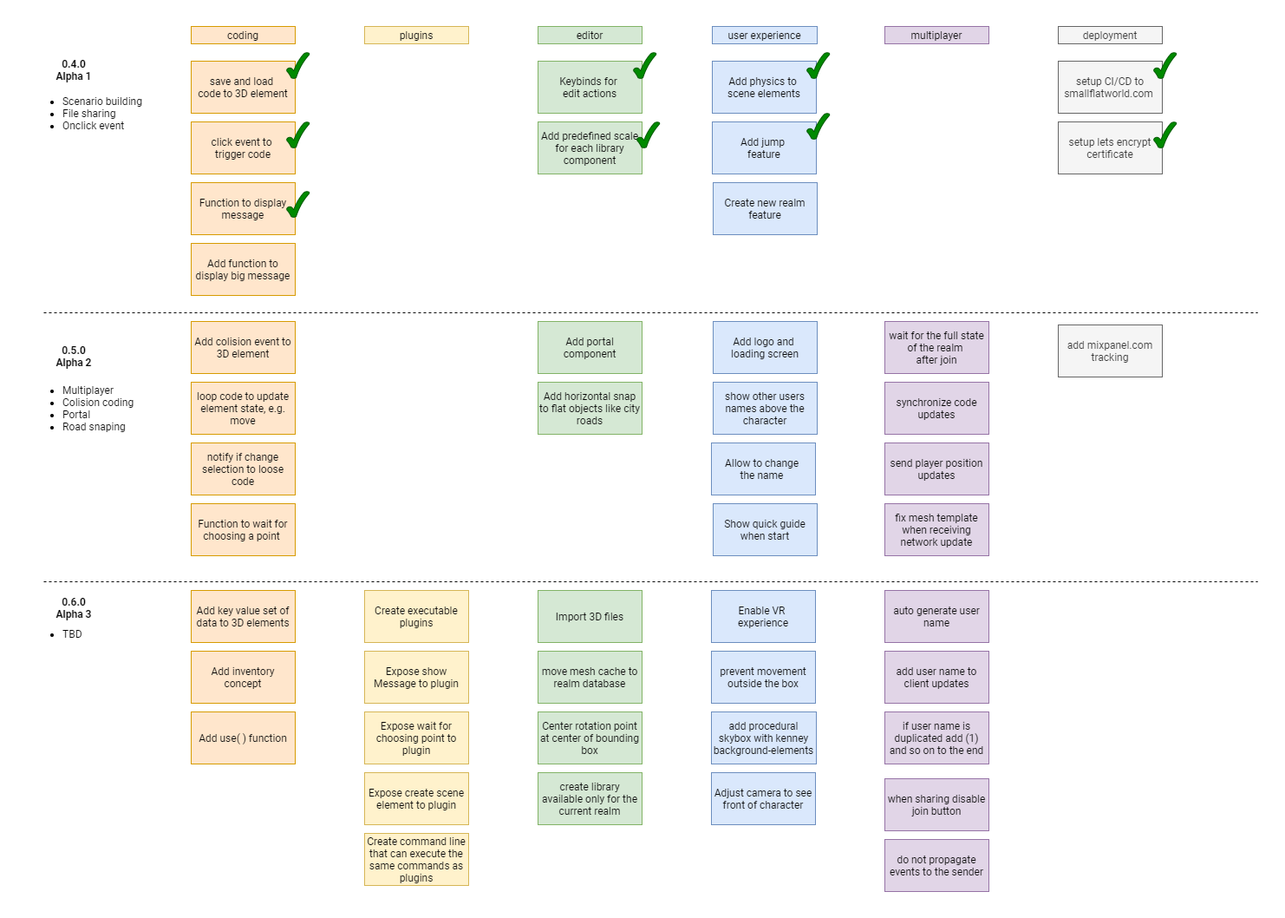
This is small-flat-world-roadmap.png from hamilton-lima/smallflatworld, a draw.io export, as it was before one commit. Source tidied: cells renumbered, new cells last; positions are measured from the earlier drawing's top-left corner, leaving out a move shared by most shapes. Source of this version:
```xml
<mxGraphModel>
  <root>
    <mxCell id="0" />
    <mxCell id="1" parent="0" />
    <mxCell id="2" value="save and load &lt;br&gt;code to 3D element" style="rounded=0;whiteSpace=wrap;html=1;fontFamily=Roboto;fillColor=#ffe6cc;strokeColor=#d79b00;" parent="1" vertex="1">
      <mxGeometry x="190" y="40" width="120" height="60" as="geometry" />
    </mxCell>
    <mxCell id="3" value="Function to display message" style="rounded=0;whiteSpace=wrap;html=1;fontFamily=Roboto;fillColor=#ffe6cc;strokeColor=#d79b00;" parent="1" vertex="1">
      <mxGeometry x="190" y="180" width="120" height="60" as="geometry" />
    </mxCell>
    <mxCell id="4" value="Add jump &lt;br&gt;feature" style="rounded=0;whiteSpace=wrap;html=1;fontFamily=Roboto;fillColor=#dae8fc;strokeColor=#6c8ebf;" parent="1" vertex="1">
      <mxGeometry x="791" y="110" width="120" height="60" as="geometry" />
    </mxCell>
    <mxCell id="5" value="Add physics to &lt;br&gt;scene elements" style="rounded=0;whiteSpace=wrap;html=1;fontFamily=Roboto;fillColor=#dae8fc;strokeColor=#6c8ebf;" parent="1" vertex="1">
      <mxGeometry x="791" y="40" width="120" height="60" as="geometry" />
    </mxCell>
    <mxCell id="6" value="Create new realm feature" style="rounded=0;whiteSpace=wrap;html=1;fontFamily=Roboto;fillColor=#dae8fc;strokeColor=#6c8ebf;" parent="1" vertex="1">
      <mxGeometry x="792" y="180" width="120" height="60" as="geometry" />
    </mxCell>
    <mxCell id="7" value="Keybinds for &lt;br&gt;edit actions" style="rounded=0;whiteSpace=wrap;html=1;fontFamily=Roboto;fillColor=#d5e8d4;strokeColor=#82b366;" parent="1" vertex="1">
      <mxGeometry x="590" y="40" width="120" height="60" as="geometry" />
    </mxCell>
    <mxCell id="8" value="Center rotation point at center of bounding box" style="rounded=0;whiteSpace=wrap;html=1;fontFamily=Roboto;fillColor=#d5e8d4;strokeColor=#82b366;" parent="1" vertex="1">
      <mxGeometry x="590" y="790" width="120" height="60" as="geometry" />
    </mxCell>
    <mxCell id="9" value="Add predefined scale for each library component" style="rounded=0;whiteSpace=wrap;html=1;fontFamily=Roboto;fillColor=#d5e8d4;strokeColor=#82b366;" parent="1" vertex="1">
      <mxGeometry x="590" y="110" width="120" height="60" as="geometry" />
    </mxCell>
    <mxCell id="10" value="Add horizontal snap to flat objects like city roads" style="rounded=0;whiteSpace=wrap;html=1;fontFamily=Roboto;fillColor=#d5e8d4;strokeColor=#82b366;" parent="1" vertex="1">
      <mxGeometry x="590" y="410" width="120" height="60" as="geometry" />
    </mxCell>
    <mxCell id="11" value="Add portal component" style="rounded=0;whiteSpace=wrap;html=1;fontFamily=Roboto;fillColor=#d5e8d4;strokeColor=#82b366;" parent="1" vertex="1">
      <mxGeometry x="590" y="340" width="120" height="60" as="geometry" />
    </mxCell>
    <mxCell id="12" value="move mesh cache to realm database" style="rounded=0;whiteSpace=wrap;html=1;fontFamily=Roboto;fillColor=#d5e8d4;strokeColor=#82b366;" parent="1" vertex="1">
      <mxGeometry x="590" y="720" width="120" height="60" as="geometry" />
    </mxCell>
    <mxCell id="13" value="fix mesh template when receiving network update" style="rounded=0;whiteSpace=wrap;html=1;fontFamily=Roboto;fillColor=#e1d5e7;strokeColor=#9673a6;" parent="1" vertex="1">
      <mxGeometry x="990" y="550" width="120" height="60" as="geometry" />
    </mxCell>
    <mxCell id="14" value="do not propagate events to the sender" style="rounded=0;whiteSpace=wrap;html=1;fontFamily=Roboto;fillColor=#e1d5e7;strokeColor=#9673a6;" parent="1" vertex="1">
      <mxGeometry x="990" y="937" width="120" height="60" as="geometry" />
    </mxCell>
    <mxCell id="15" value="wait for the full state of the realm &lt;br&gt;after join" style="rounded=0;whiteSpace=wrap;html=1;fontFamily=Roboto;fillColor=#e1d5e7;strokeColor=#9673a6;" parent="1" vertex="1">
      <mxGeometry x="990" y="340" width="120" height="60" as="geometry" />
    </mxCell>
    <mxCell id="16" value="send player position updates" style="rounded=0;whiteSpace=wrap;html=1;fontFamily=Roboto;fillColor=#e1d5e7;strokeColor=#9673a6;" parent="1" vertex="1">
      <mxGeometry x="990" y="480" width="120" height="60" as="geometry" />
    </mxCell>
    <mxCell id="17" value="when sharing disable join button" style="rounded=0;whiteSpace=wrap;html=1;fontFamily=Roboto;fillColor=#e1d5e7;strokeColor=#9673a6;" parent="1" vertex="1">
      <mxGeometry x="990" y="867" width="120" height="60" as="geometry" />
    </mxCell>
    <mxCell id="18" value="Enable VR &lt;br&gt;experience" style="rounded=0;whiteSpace=wrap;html=1;fontFamily=Roboto;fillColor=#dae8fc;strokeColor=#6c8ebf;" parent="1" vertex="1">
      <mxGeometry x="790" y="650" width="120" height="60" as="geometry" />
    </mxCell>
    <mxCell id="19" value="prevent movement outside the box" style="rounded=0;whiteSpace=wrap;html=1;fontFamily=Roboto;fillColor=#dae8fc;strokeColor=#6c8ebf;" parent="1" vertex="1">
      <mxGeometry x="790" y="720" width="120" height="60" as="geometry" />
    </mxCell>
    <mxCell id="20" value="add procedural skybox with kenney background-elements" style="rounded=0;whiteSpace=wrap;html=1;fontFamily=Roboto;fillColor=#dae8fc;strokeColor=#6c8ebf;" parent="1" vertex="1">
      <mxGeometry x="790" y="790" width="121" height="60" as="geometry" />
    </mxCell>
    <mxCell id="21" value="Add key value set of data to 3D elements" style="rounded=0;whiteSpace=wrap;html=1;fontFamily=Roboto;fillColor=#ffe6cc;strokeColor=#d79b00;" parent="1" vertex="1">
      <mxGeometry x="190" y="650" width="120" height="60" as="geometry" />
    </mxCell>
    <mxCell id="22" value="Add colision event to 3D element" style="rounded=0;whiteSpace=wrap;html=1;fontFamily=Roboto;fillColor=#ffe6cc;strokeColor=#d79b00;" parent="1" vertex="1">
      <mxGeometry x="190" y="340" width="120" height="60" as="geometry" />
    </mxCell>
    <mxCell id="23" value="multiplayer" style="text;html=1;strokeColor=#9673a6;fillColor=#e1d5e7;align=center;verticalAlign=middle;whiteSpace=wrap;rounded=0;fontFamily=Roboto;" parent="1" vertex="1">
      <mxGeometry x="990" width="120" height="20" as="geometry" />
    </mxCell>
    <mxCell id="24" value="coding" style="text;html=1;strokeColor=#d79b00;fillColor=#ffe6cc;align=center;verticalAlign=middle;whiteSpace=wrap;rounded=0;fontFamily=Roboto;" parent="1" vertex="1">
      <mxGeometry x="190" width="120" height="20" as="geometry" />
    </mxCell>
    <mxCell id="25" value="editor" style="text;html=1;strokeColor=#82b366;fillColor=#d5e8d4;align=center;verticalAlign=middle;whiteSpace=wrap;rounded=0;fontFamily=Roboto;" parent="1" vertex="1">
      <mxGeometry x="590" width="120" height="20" as="geometry" />
    </mxCell>
    <mxCell id="26" value="Create executable plugins" style="rounded=0;whiteSpace=wrap;html=1;fontFamily=Roboto;fillColor=#fff2cc;strokeColor=#d6b656;" parent="1" vertex="1">
      <mxGeometry x="390" y="650" width="120" height="60" as="geometry" />
    </mxCell>
    <mxCell id="27" value="Expose create scene element to plugin" style="rounded=0;whiteSpace=wrap;html=1;fontFamily=Roboto;fillColor=#fff2cc;strokeColor=#d6b656;" parent="1" vertex="1">
      <mxGeometry x="390" y="860" width="120" height="60" as="geometry" />
    </mxCell>
    <mxCell id="28" value="Expose show Message to plugin" style="rounded=0;whiteSpace=wrap;html=1;fontFamily=Roboto;fillColor=#fff2cc;strokeColor=#d6b656;" parent="1" vertex="1">
      <mxGeometry x="390" y="720" width="120" height="60" as="geometry" />
    </mxCell>
    <mxCell id="29" value="Expose wait for choosing point to plugin" style="rounded=0;whiteSpace=wrap;html=1;fontFamily=Roboto;fillColor=#fff2cc;strokeColor=#d6b656;" parent="1" vertex="1">
      <mxGeometry x="390" y="790" width="120" height="60" as="geometry" />
    </mxCell>
    <mxCell id="30" value="plugins" style="text;html=1;strokeColor=#d6b656;fillColor=#fff2cc;align=center;verticalAlign=middle;whiteSpace=wrap;rounded=0;fontFamily=Roboto;" parent="1" vertex="1">
      <mxGeometry x="390" width="120" height="20" as="geometry" />
    </mxCell>
    <mxCell id="31" value="Create command line that can execute the same commands as plugins" style="rounded=0;whiteSpace=wrap;html=1;fontFamily=Roboto;fillColor=#fff2cc;strokeColor=#d6b656;" parent="1" vertex="1">
      <mxGeometry x="390" y="930" width="120" height="60" as="geometry" />
    </mxCell>
    <mxCell id="32" value="create library available only for the current realm" style="rounded=0;whiteSpace=wrap;html=1;fontFamily=Roboto;fillColor=#d5e8d4;strokeColor=#82b366;" parent="1" vertex="1">
      <mxGeometry x="590" y="860" width="120" height="60" as="geometry" />
    </mxCell>
    <mxCell id="33" value="Import 3D files" style="rounded=0;whiteSpace=wrap;html=1;fontFamily=Roboto;fillColor=#d5e8d4;strokeColor=#82b366;" parent="1" vertex="1">
      <mxGeometry x="590" y="650" width="120" height="60" as="geometry" />
    </mxCell>
    <mxCell id="34" value="add user name to client updates" style="rounded=0;whiteSpace=wrap;html=1;fontFamily=Roboto;fillColor=#e1d5e7;strokeColor=#9673a6;" parent="1" vertex="1">
      <mxGeometry x="990" y="720" width="120" height="60" as="geometry" />
    </mxCell>
    <mxCell id="35" value="auto generate user name" style="rounded=0;whiteSpace=wrap;html=1;fontFamily=Roboto;fillColor=#e1d5e7;strokeColor=#9673a6;" parent="1" vertex="1">
      <mxGeometry x="990" y="650" width="120" height="60" as="geometry" />
    </mxCell>
    <mxCell id="36" value="if user name is duplicated add (1) and so on to the end" style="rounded=0;whiteSpace=wrap;html=1;fontFamily=Roboto;fillColor=#e1d5e7;strokeColor=#9673a6;" parent="1" vertex="1">
      <mxGeometry x="990" y="790" width="120" height="60" as="geometry" />
    </mxCell>
    <mxCell id="37" value="Allow to change &lt;br&gt;the name&amp;nbsp;" style="rounded=0;whiteSpace=wrap;html=1;fontFamily=Roboto;fillColor=#dae8fc;strokeColor=#6c8ebf;" parent="1" vertex="1">
      <mxGeometry x="790" y="480" width="120" height="60" as="geometry" />
    </mxCell>
    <mxCell id="38" value="user experience" style="text;html=1;strokeColor=#6c8ebf;fillColor=#dae8fc;align=center;verticalAlign=middle;whiteSpace=wrap;rounded=0;fontFamily=Roboto;" parent="1" vertex="1">
      <mxGeometry x="791" width="121" height="20" as="geometry" />
    </mxCell>
    <mxCell id="39" value="show other users names above the character" style="rounded=0;whiteSpace=wrap;html=1;fontFamily=Roboto;fillColor=#dae8fc;strokeColor=#6c8ebf;" parent="1" vertex="1">
      <mxGeometry x="792" y="410" width="120" height="60" as="geometry" />
    </mxCell>
    <mxCell id="40" value="Add inventory concept" style="rounded=0;whiteSpace=wrap;html=1;fontFamily=Roboto;fillColor=#ffe6cc;strokeColor=#d79b00;" parent="1" vertex="1">
      <mxGeometry x="190" y="720" width="120" height="60" as="geometry" />
    </mxCell>
    <mxCell id="41" value="Add use( ) function" style="rounded=0;whiteSpace=wrap;html=1;fontFamily=Roboto;fillColor=#ffe6cc;strokeColor=#d79b00;" parent="1" vertex="1">
      <mxGeometry x="190" y="790" width="120" height="60" as="geometry" />
    </mxCell>
    <mxCell id="42" value="click event to &lt;br&gt;trigger code" style="rounded=0;whiteSpace=wrap;html=1;fontFamily=Roboto;fillColor=#ffe6cc;strokeColor=#d79b00;" parent="1" vertex="1">
      <mxGeometry x="190" y="110" width="120" height="60" as="geometry" />
    </mxCell>
    <mxCell id="43" style="verticalLabelPosition=bottom;verticalAlign=top;html=1;shape=mxgraph.basic.tick;fontFamily=Roboto;fillColor=#008a00;strokeColor=#005700;fontColor=#ffffff;" parent="1" vertex="1">
      <mxGeometry x="300" y="30" width="26.2" height="30" as="geometry" />
    </mxCell>
    <mxCell id="44" value="deployment" style="text;html=1;strokeColor=#666666;fillColor=#f5f5f5;align=center;verticalAlign=middle;whiteSpace=wrap;rounded=0;fontFamily=Roboto;fontColor=#333333;" parent="1" vertex="1">
      <mxGeometry x="1190" width="120" height="20" as="geometry" />
    </mxCell>
    <mxCell id="45" value="setup CI/CD to smallflatworld.com&amp;nbsp;" style="rounded=0;whiteSpace=wrap;html=1;fontFamily=Roboto;fillColor=#f5f5f5;strokeColor=#666666;fontColor=#333333;" parent="1" vertex="1">
      <mxGeometry x="1190" y="40" width="120" height="60" as="geometry" />
    </mxCell>
    <mxCell id="46" value="setup lets encrypt certificate" style="rounded=0;whiteSpace=wrap;html=1;fontFamily=Roboto;fillColor=#f5f5f5;strokeColor=#666666;fontColor=#333333;" parent="1" vertex="1">
      <mxGeometry x="1190" y="110" width="120" height="60" as="geometry" />
    </mxCell>
    <mxCell id="47" style="verticalLabelPosition=bottom;verticalAlign=top;html=1;shape=mxgraph.basic.tick;fontFamily=Roboto;fillColor=#008a00;strokeColor=#005700;fontColor=#ffffff;" parent="1" vertex="1">
      <mxGeometry x="1300" y="30" width="26.2" height="30" as="geometry" />
    </mxCell>
    <mxCell id="48" value="add mixpanel.com&lt;br&gt;tracking" style="rounded=0;whiteSpace=wrap;html=1;fontFamily=Roboto;fillColor=#f5f5f5;strokeColor=#666666;fontColor=#333333;" parent="1" vertex="1">
      <mxGeometry x="1190" y="344" width="120" height="60" as="geometry" />
    </mxCell>
    <mxCell id="49" value="loop code to update element state, e.g. move" style="rounded=0;whiteSpace=wrap;html=1;fontFamily=Roboto;fillColor=#ffe6cc;strokeColor=#d79b00;" parent="1" vertex="1">
      <mxGeometry x="190" y="410" width="120" height="60" as="geometry" />
    </mxCell>
    <mxCell id="50" value="notify if change selection to loose code" style="rounded=0;whiteSpace=wrap;html=1;fontFamily=Roboto;fillColor=#ffe6cc;strokeColor=#d79b00;" parent="1" vertex="1">
      <mxGeometry x="190" y="480" width="120" height="60" as="geometry" />
    </mxCell>
    <mxCell id="51" value="Function to wait for choosing a point&amp;nbsp;" style="rounded=0;whiteSpace=wrap;html=1;fontFamily=Roboto;fillColor=#ffe6cc;strokeColor=#d79b00;" parent="1" vertex="1">
      <mxGeometry x="190" y="550" width="120" height="60" as="geometry" />
    </mxCell>
    <mxCell id="52" value="synchronize code updates" style="rounded=0;whiteSpace=wrap;html=1;fontFamily=Roboto;fillColor=#e1d5e7;strokeColor=#9673a6;" parent="1" vertex="1">
      <mxGeometry x="990" y="410" width="120" height="60" as="geometry" />
    </mxCell>
    <mxCell id="53" style="verticalLabelPosition=bottom;verticalAlign=top;html=1;shape=mxgraph.basic.tick;fontFamily=Roboto;fillColor=#008a00;strokeColor=#005700;fontColor=#ffffff;" parent="1" vertex="1">
      <mxGeometry x="300" y="110" width="26.2" height="30" as="geometry" />
    </mxCell>
    <mxCell id="54" style="verticalLabelPosition=bottom;verticalAlign=top;html=1;shape=mxgraph.basic.tick;fontFamily=Roboto;fillColor=#008a00;strokeColor=#005700;fontColor=#ffffff;" parent="1" vertex="1">
      <mxGeometry x="300" y="190" width="26.2" height="30" as="geometry" />
    </mxCell>
    <mxCell id="55" style="verticalLabelPosition=bottom;verticalAlign=top;html=1;shape=mxgraph.basic.tick;fontFamily=Roboto;fillColor=#008a00;strokeColor=#005700;fontColor=#ffffff;" parent="1" vertex="1">
      <mxGeometry x="900" y="30" width="26.2" height="30" as="geometry" />
    </mxCell>
    <mxCell id="56" style="verticalLabelPosition=bottom;verticalAlign=top;html=1;shape=mxgraph.basic.tick;fontFamily=Roboto;fillColor=#008a00;strokeColor=#005700;fontColor=#ffffff;" parent="1" vertex="1">
      <mxGeometry x="900" y="100" width="26.2" height="30" as="geometry" />
    </mxCell>
    <mxCell id="57" value="Adjust camera to see front of character" style="rounded=0;whiteSpace=wrap;html=1;fontFamily=Roboto;fillColor=#dae8fc;strokeColor=#6c8ebf;" parent="1" vertex="1">
      <mxGeometry x="790" y="860" width="120" height="60" as="geometry" />
    </mxCell>
    <mxCell id="58" style="endArrow=none;dashed=1;html=1;fontFamily=Roboto;" parent="1" edge="1">
      <mxGeometry relative="1" as="geometry">
        <mxPoint x="20" y="330" as="sourcePoint" />
        <mxPoint x="1420" y="330" as="targetPoint" />
      </mxGeometry>
    </mxCell>
    <mxCell id="59" value="0.4.0&lt;br&gt;Alpha 1" style="text;html=1;strokeColor=none;fillColor=none;align=center;verticalAlign=middle;whiteSpace=wrap;rounded=0;fontFamily=Roboto;fontStyle=1;" parent="1" vertex="1">
      <mxGeometry x="30" y="40" width="50" height="20" as="geometry" />
    </mxCell>
    <mxCell id="60" value="&lt;ul&gt;&lt;li&gt;Scenario building&lt;/li&gt;&lt;li&gt;File sharing&lt;/li&gt;&lt;li&gt;Onclick event&amp;nbsp;&lt;/li&gt;&lt;/ul&gt;" style="text;html=1;strokeColor=none;fillColor=none;align=left;verticalAlign=middle;whiteSpace=wrap;rounded=0;fontFamily=Roboto;" parent="1" vertex="1">
      <mxGeometry y="70" width="150" height="60" as="geometry" />
    </mxCell>
    <mxCell id="61" style="endArrow=none;dashed=1;html=1;fontFamily=Roboto;" parent="1" edge="1">
      <mxGeometry relative="1" as="geometry">
        <mxPoint x="20" y="640" as="sourcePoint" />
        <mxPoint x="1420" y="640" as="targetPoint" />
      </mxGeometry>
    </mxCell>
    <mxCell id="62" value="0.5.0&lt;br&gt;Alpha 2" style="text;html=1;strokeColor=none;fillColor=none;align=center;verticalAlign=middle;whiteSpace=wrap;rounded=0;fontFamily=Roboto;fontStyle=1;" parent="1" vertex="1">
      <mxGeometry x="30" y="370" width="50" height="20" as="geometry" />
    </mxCell>
    <mxCell id="63" value="&lt;ul&gt;&lt;li&gt;Multiplayer&lt;/li&gt;&lt;li&gt;Colision coding&lt;/li&gt;&lt;li&gt;Portal&lt;/li&gt;&lt;li&gt;Road snaping&lt;/li&gt;&lt;/ul&gt;" style="text;html=1;strokeColor=none;fillColor=none;align=left;verticalAlign=middle;whiteSpace=wrap;rounded=0;fontFamily=Roboto;labelPosition=center;verticalLabelPosition=middle;" parent="1" vertex="1">
      <mxGeometry y="410" width="150" height="60" as="geometry" />
    </mxCell>
    <mxCell id="64" value="0.6.0&lt;br&gt;Alpha 3" style="text;html=1;strokeColor=none;fillColor=none;align=center;verticalAlign=middle;whiteSpace=wrap;rounded=0;fontFamily=Roboto;fontStyle=1;" parent="1" vertex="1">
      <mxGeometry x="30" y="660" width="50" height="20" as="geometry" />
    </mxCell>
    <mxCell id="65" value="&lt;ul&gt;&lt;li&gt;TBD&lt;/li&gt;&lt;/ul&gt;" style="text;html=1;strokeColor=none;fillColor=none;align=left;verticalAlign=middle;whiteSpace=wrap;rounded=0;fontFamily=Roboto;labelPosition=center;verticalLabelPosition=middle;" parent="1" vertex="1">
      <mxGeometry y="670" width="150" height="60" as="geometry" />
    </mxCell>
    <mxCell id="66" value="Show quick guide when start" style="rounded=0;whiteSpace=wrap;html=1;fontFamily=Roboto;fillColor=#dae8fc;strokeColor=#6c8ebf;" parent="1" vertex="1">
      <mxGeometry x="792" y="550" width="120" height="60" as="geometry" />
    </mxCell>
    <mxCell id="67" value="Add logo and &lt;br&gt;loading screen" style="rounded=0;whiteSpace=wrap;html=1;fontFamily=Roboto;fillColor=#dae8fc;strokeColor=#6c8ebf;" parent="1" vertex="1">
      <mxGeometry x="792" y="340" width="120" height="60" as="geometry" />
    </mxCell>
    <mxCell id="68" style="verticalLabelPosition=bottom;verticalAlign=top;html=1;shape=mxgraph.basic.tick;fontFamily=Roboto;fillColor=#008a00;strokeColor=#005700;fontColor=#ffffff;" parent="1" vertex="1">
      <mxGeometry x="1300" y="110" width="26.2" height="30" as="geometry" />
    </mxCell>
    <mxCell id="69" style="verticalLabelPosition=bottom;verticalAlign=top;html=1;shape=mxgraph.basic.tick;fontFamily=Roboto;fillColor=#008a00;strokeColor=#005700;fontColor=#ffffff;" parent="1" vertex="1">
      <mxGeometry x="700" y="30" width="26.2" height="30" as="geometry" />
    </mxCell>
    <mxCell id="70" style="verticalLabelPosition=bottom;verticalAlign=top;html=1;shape=mxgraph.basic.tick;fontFamily=Roboto;fillColor=#008a00;strokeColor=#005700;fontColor=#ffffff;" parent="1" vertex="1">
      <mxGeometry x="704" y="110" width="26.2" height="30" as="geometry" />
    </mxCell>
    <mxCell id="71" value="Add function to display big message" style="rounded=0;whiteSpace=wrap;html=1;fontFamily=Roboto;fillColor=#ffe6cc;strokeColor=#d79b00;" parent="1" vertex="1">
      <mxGeometry x="190" y="250" width="120" height="60" as="geometry" />
    </mxCell>
  </root>
</mxGraphModel>
```
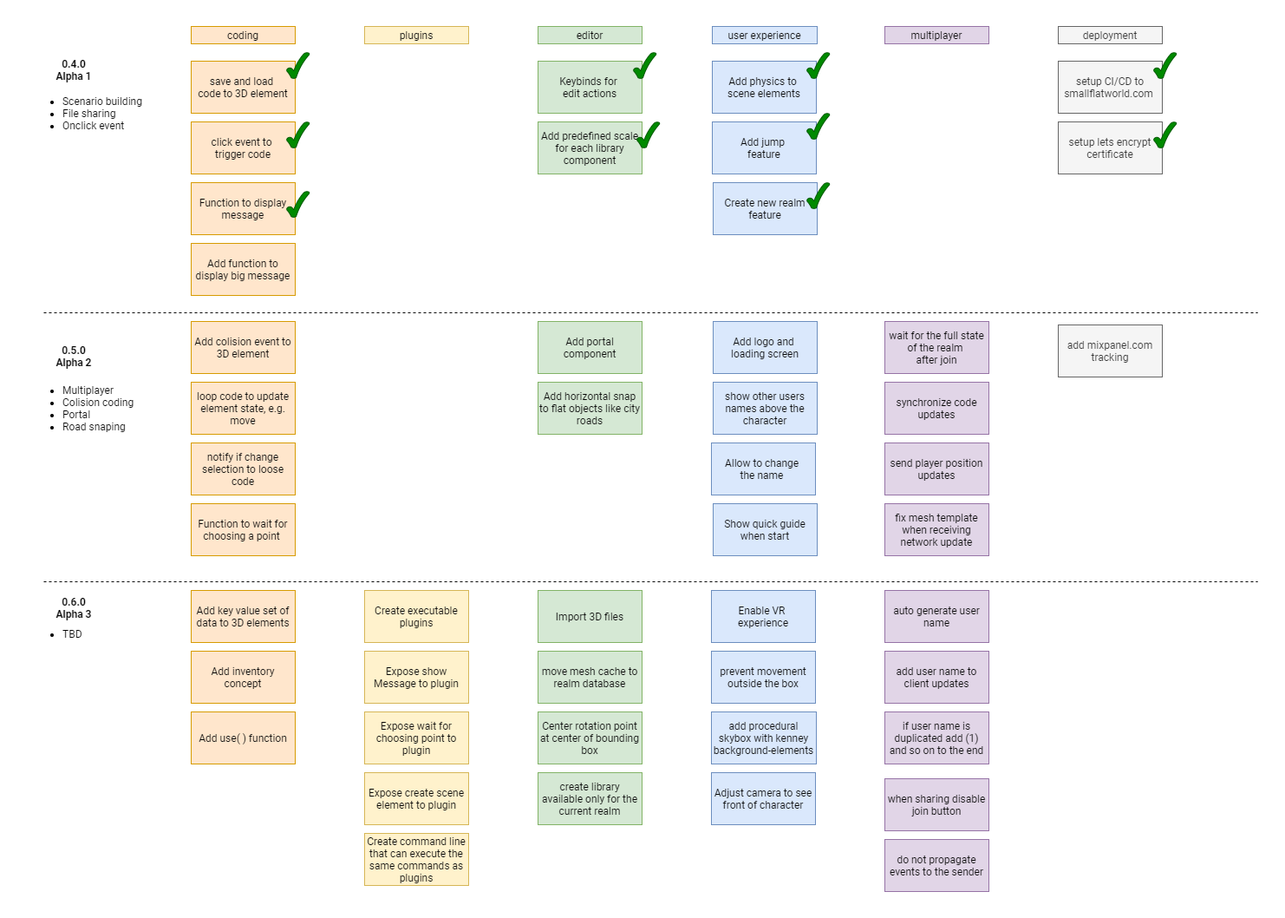
Later version of the same file.

Commit message:
Updates roadmap and pump version

Change to the diagram source:
```diff
@@ -218,5 +218,8 @@
     <mxCell id="71" value="Add function to display big message" style="rounded=0;whiteSpace=wrap;html=1;fontFamily=Roboto;fillColor=#ffe6cc;strokeColor=#d79b00;" parent="1" vertex="1">
       <mxGeometry x="190" y="250" width="120" height="60" as="geometry" />
     </mxCell>
+    <mxCell id="72" style="verticalLabelPosition=bottom;verticalAlign=top;html=1;shape=mxgraph.basic.tick;fontFamily=Roboto;fillColor=#008a00;strokeColor=#005700;fontColor=#ffffff;" parent="1" vertex="1">
+      <mxGeometry x="900" y="180" width="26.2" height="30" as="geometry" />
+    </mxCell>
   </root>
 </mxGraphModel>
```
